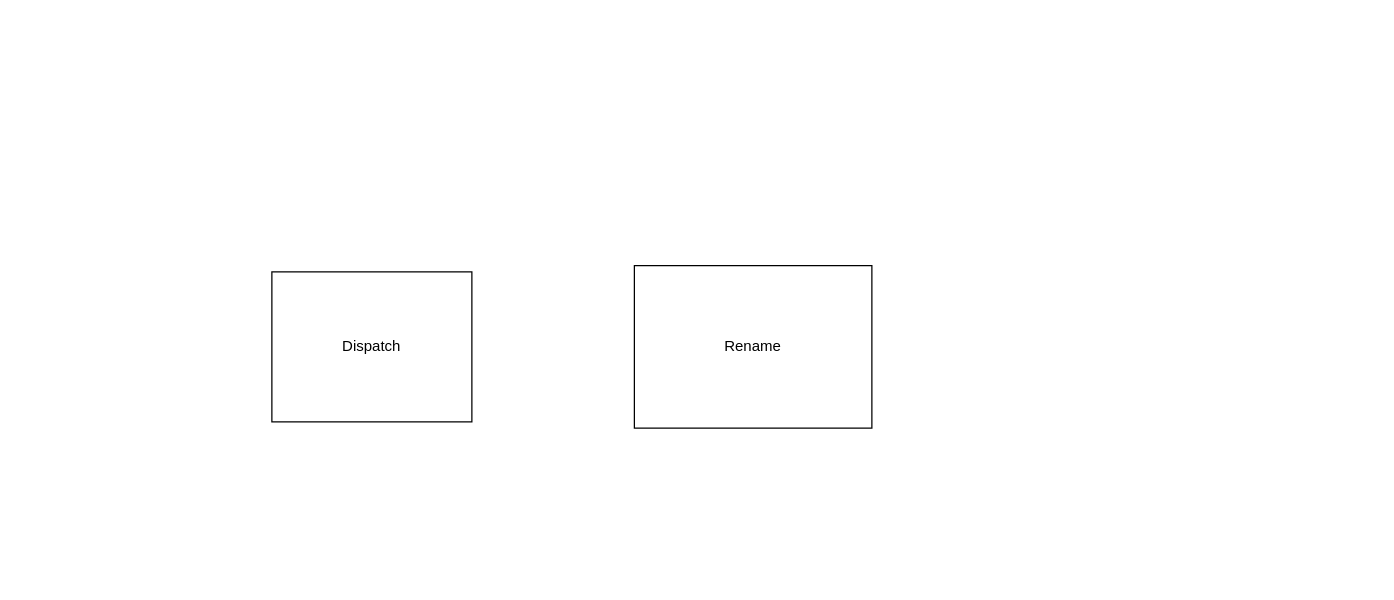
Above: ctrlblock.drawio in Ziyue-Zhang/draw_picture (draw.io), before the change. Source tidied: cells renumbered, new cells numbered last; positions are measured from the earlier drawing's top-left corner, leaving out a move shared by most shapes. Both pictures are drawn from the tidied source at 125%, with x=0, y=0 at pixel (271, 265).
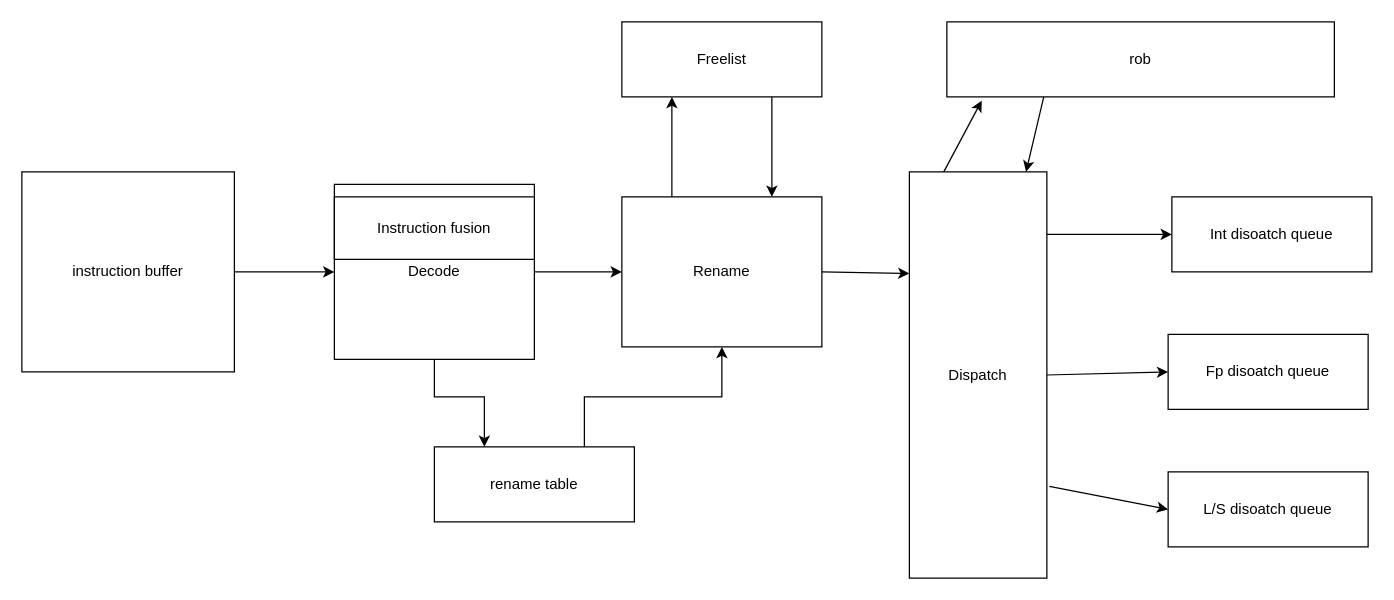
Above is the later version.

Change to the diagram source:
```diff
@@
-    <mxCell id="2" value="Rename" style="rounded=0;whiteSpace=wrap;html=1;" parent="1" vertex="1">
-      <mxGeometry x="290" width="190" height="130" as="geometry" />
+    <mxCell id="2" value="Decode" style="rounded=0;whiteSpace=wrap;html=1;" parent="1" vertex="1">
+      <mxGeometry x="50" y="-65" width="160" height="140" as="geometry" />
     </mxCell>
     <mxCell id="3" value="Dispatch" style="rounded=0;whiteSpace=wrap;html=1;" parent="1" vertex="1">
-      <mxGeometry y="5" width="160" height="120" as="geometry" />
+      <mxGeometry x="510" y="-75" width="110" height="325" as="geometry" />
     </mxCell>
+    <mxCell id="4" value="Instruction fusion" style="rounded=0;whiteSpace=wrap;html=1;" parent="1" vertex="1">
+      <mxGeometry x="50" y="-55" width="160" height="50" as="geometry" />
+    </mxCell>
+    <mxCell id="5" value="Rename" style="rounded=0;whiteSpace=wrap;html=1;" parent="1" vertex="1">
+      <mxGeometry x="280" y="-55" width="160" height="120" as="geometry" />
+    </mxCell>
+    <mxCell id="6" value="Freelist" style="rounded=0;whiteSpace=wrap;html=1;" parent="1" vertex="1">
+      <mxGeometry x="280" y="-195" width="160" height="60" as="geometry" />
+    </mxCell>
+    <mxCell id="7" value="rename table" style="rounded=0;whiteSpace=wrap;html=1;" parent="1" vertex="1">
+      <mxGeometry x="130" y="145" width="160" height="60" as="geometry" />
+    </mxCell>
+    <mxCell id="8" value="rob" style="rounded=0;whiteSpace=wrap;html=1;" parent="1" vertex="1">
+      <mxGeometry x="540" y="-195" width="310" height="60" as="geometry" />
+    </mxCell>
+    <mxCell id="9" value="instruction buffer" style="rounded=0;whiteSpace=wrap;html=1;" parent="1" vertex="1">
+      <mxGeometry x="-200" y="-75" width="170" height="160" as="geometry" />
+    </mxCell>
+    <mxCell id="10" value="Int disoatch queue" style="rounded=0;whiteSpace=wrap;html=1;" parent="1" vertex="1">
+      <mxGeometry x="720" y="-55" width="160" height="60" as="geometry" />
+    </mxCell>
+    <mxCell id="11" value="Fp disoatch queue" style="rounded=0;whiteSpace=wrap;html=1;" parent="1" vertex="1">
+      <mxGeometry x="717" y="55" width="160" height="60" as="geometry" />
+    </mxCell>
+    <mxCell id="12" value="L/S disoatch queue" style="rounded=0;whiteSpace=wrap;html=1;" parent="1" vertex="1">
+      <mxGeometry x="717" y="165" width="160" height="60" as="geometry" />
+    </mxCell>
+    <mxCell id="13" style="endArrow=classic;html=1;rounded=0;exitX=1;exitY=0.5;exitDx=0;exitDy=0;" parent="1" edge="1" source="9" target="2">
+      <mxGeometry relative="1" as="geometry" />
+    </mxCell>
+    <mxCell id="14" style="endArrow=classic;html=1;rounded=0;exitX=1;exitY=0.5;exitDx=0;exitDy=0;entryX=0;entryY=0.5;entryDx=0;entryDy=0;" parent="1" edge="1" source="2" target="5">
+      <mxGeometry relative="1" as="geometry" />
+    </mxCell>
+    <mxCell id="15" style="endArrow=classic;html=1;rounded=0;exitX=0.5;exitY=1;exitDx=0;exitDy=0;entryX=0.25;entryY=0;entryDx=0;entryDy=0;" parent="1" edge="1" source="2" target="7">
+      <mxGeometry relative="1" as="geometry">
+        <Array as="points">
+          <mxPoint x="130" y="105" />
+          <mxPoint x="170" y="105" />
+        </Array>
+      </mxGeometry>
+    </mxCell>
+    <mxCell id="16" style="endArrow=classic;html=1;rounded=0;exitX=0.75;exitY=0;exitDx=0;exitDy=0;entryX=0.5;entryY=1;entryDx=0;entryDy=0;" parent="1" edge="1" source="7" target="5">
+      <mxGeometry relative="1" as="geometry">
+        <Array as="points">
+          <mxPoint x="250" y="105" />
+          <mxPoint x="360" y="105" />
+        </Array>
+      </mxGeometry>
+    </mxCell>
+    <mxCell id="17" style="endArrow=classic;html=1;rounded=0;exitX=1;exitY=0.5;exitDx=0;exitDy=0;entryX=0;entryY=0.25;entryDx=0;entryDy=0;" parent="1" edge="1" source="5" target="3">
+      <mxGeometry relative="1" as="geometry" />
+    </mxCell>
+    <mxCell id="18" style="endArrow=classic;html=1;rounded=0;exitX=1;exitY=0.5;exitDx=0;exitDy=0;entryX=0;entryY=0.5;entryDx=0;entryDy=0;" parent="1" edge="1" target="10">
+      <mxGeometry relative="1" as="geometry">
+        <mxPoint x="620" y="-25" as="sourcePoint" />
+      </mxGeometry>
+    </mxCell>
+    <mxCell id="19" style="endArrow=classic;html=1;rounded=0;exitX=1;exitY=0.5;exitDx=0;exitDy=0;entryX=0;entryY=0.5;entryDx=0;entryDy=0;" parent="1" edge="1" source="3" target="11">
+      <mxGeometry relative="1" as="geometry" />
+    </mxCell>
+    <mxCell id="20" style="endArrow=classic;html=1;rounded=0;exitX=1.018;exitY=0.774;exitDx=0;exitDy=0;entryX=0;entryY=0.5;entryDx=0;entryDy=0;exitPerimeter=0;" parent="1" edge="1" source="3" target="12">
+      <mxGeometry relative="1" as="geometry" />
+    </mxCell>
+    <mxCell id="21" style="endArrow=classic;html=1;rounded=0;exitX=0.25;exitY=1;exitDx=0;exitDy=0;" parent="1" edge="1" source="8" target="3">
+      <mxGeometry relative="1" as="geometry" />
+    </mxCell>
+    <mxCell id="22" style="endArrow=classic;html=1;rounded=0;exitX=0.25;exitY=0;exitDx=0;exitDy=0;entryX=0.09;entryY=1.05;entryDx=0;entryDy=0;entryPerimeter=0;" parent="1" edge="1" source="3" target="8">
+      <mxGeometry relative="1" as="geometry" />
+    </mxCell>
+    <mxCell id="23" style="endArrow=classic;html=1;rounded=0;exitX=0.25;exitY=0;exitDx=0;exitDy=0;entryX=0.25;entryY=1;entryDx=0;entryDy=0;" parent="1" edge="1" source="5" target="6">
+      <mxGeometry relative="1" as="geometry" />
+    </mxCell>
+    <mxCell id="24" style="endArrow=classic;html=1;rounded=0;exitX=0.75;exitY=1;exitDx=0;exitDy=0;entryX=0.75;entryY=0;entryDx=0;entryDy=0;" parent="1" edge="1" source="6" target="5">
+      <mxGeometry relative="1" as="geometry" />
+    </mxCell>
```
